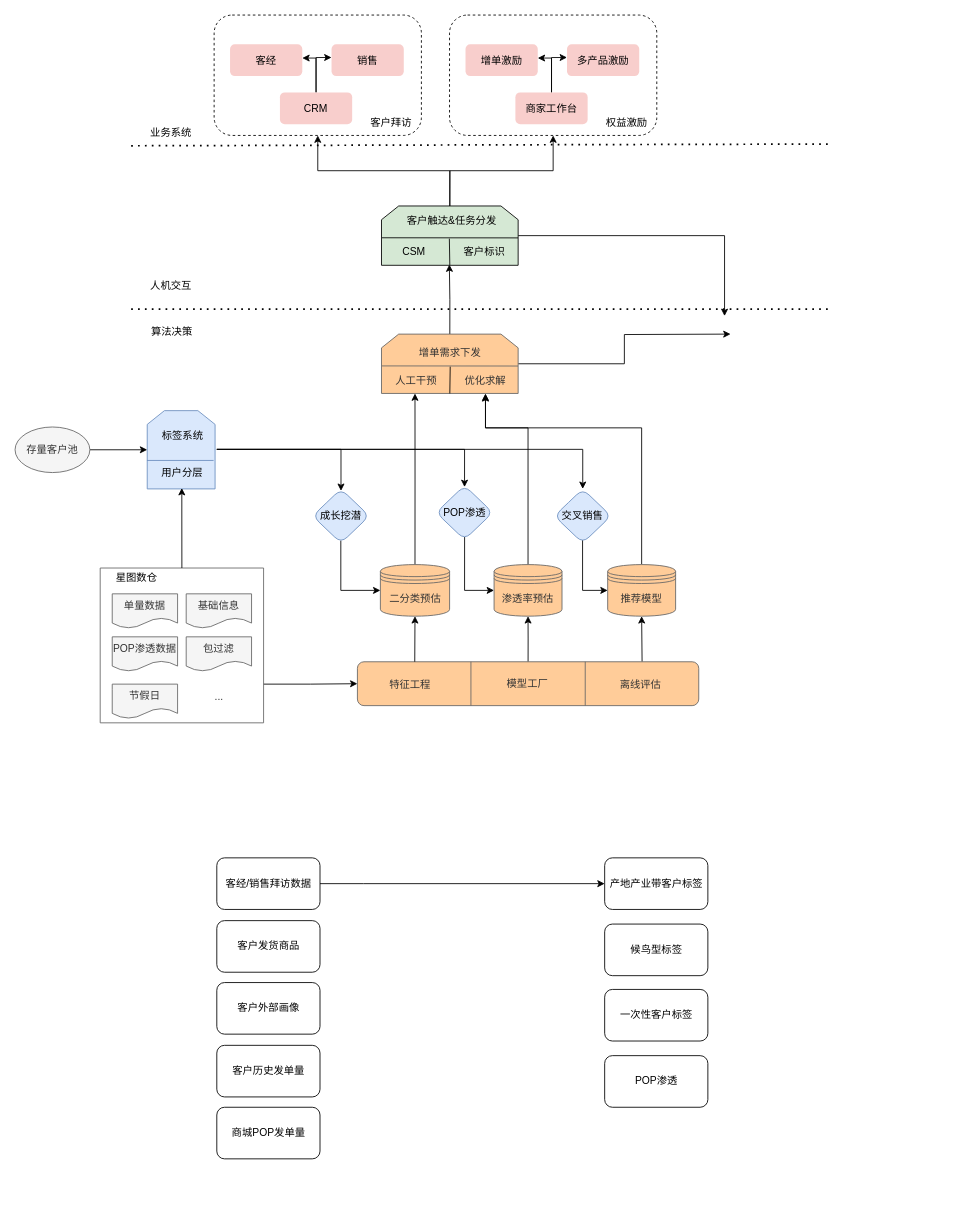
Above: 客户画像.drawio in JintaiYang/drawio (draw.io), before the change. Source tidied: cells renumbered, new cells numbered last; positions are measured from the earlier drawing's top-left corner, leaving out a move shared by most shapes. Both pictures are drawn from the tidied source at 86%, with x=0, y=0 at pixel (15, 15).
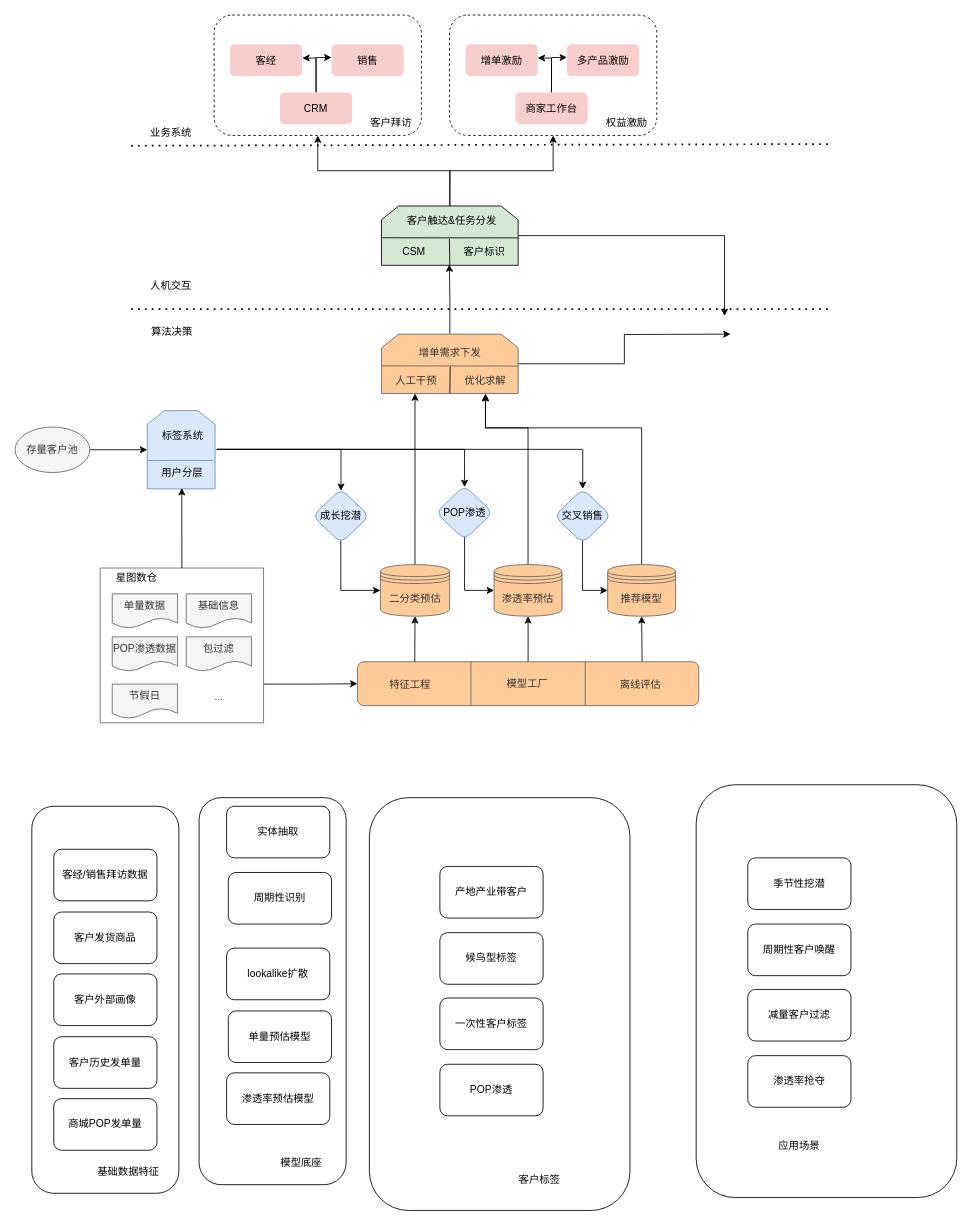
Above is the later version.

Commit message (it also covers changes not shown here):
更新客户画像.drawio

Diff of the diagram source:
```diff
@@
+    <mxCell id="85" style="rounded=1;whiteSpace=wrap;html=1;fillColor=none;" parent="1" vertex="1">
+      <mxGeometry x="214" y="910" width="171" height="450" as="geometry" />
+    </mxCell>
@@
-    <mxCell id="75" value="产地产业带客户标签" style="rounded=1;whiteSpace=wrap;html=1;" parent="1" vertex="1">
-      <mxGeometry x="685.6" y="980" width="120" height="60" as="geometry" />
+    <mxCell id="75" value="产地产业带客户" style="rounded=1;whiteSpace=wrap;html=1;" parent="1" vertex="1">
+      <mxGeometry x="494" y="990" width="120" height="60" as="geometry" />
     </mxCell>
     <mxCell id="76" value="一次性客户标签" style="rounded=1;whiteSpace=wrap;html=1;" parent="1" vertex="1">
-      <mxGeometry x="685.6" y="1133" width="120" height="60" as="geometry" />
+      <mxGeometry x="494" y="1143" width="120" height="60" as="geometry" />
     </mxCell>
     <mxCell id="77" value="候鸟型标签" style="rounded=1;whiteSpace=wrap;html=1;" parent="1" vertex="1">
-      <mxGeometry x="685.6" y="1057" width="120" height="60" as="geometry" />
+      <mxGeometry x="494" y="1067" width="120" height="60" as="geometry" />
     </mxCell>
     <mxCell id="78" value="POP渗透" style="rounded=1;whiteSpace=wrap;html=1;" parent="1" vertex="1">
-      <mxGeometry x="685.6" y="1210" width="120" height="60" as="geometry" />
+      <mxGeometry x="494" y="1220" width="120" height="60" as="geometry" />
     </mxCell>
-    <mxCell id="79" style="edgeStyle=orthogonalEdgeStyle;rounded=0;jettySize=auto;html=1;exitX=1;exitY=0.5;exitDx=0;exitDy=0;entryX=0;entryY=0.5;entryDx=0;entryDy=0;" parent="1" edge="1" source="80" target="75">
-      <mxGeometry relative="1" as="geometry">
-        <Array as="points">
-          <mxPoint x="405" y="1010" />
-          <mxPoint x="405" y="1010" />
-        </Array>
-      </mxGeometry>
-    </mxCell>
     <mxCell id="80" value="客经/销售拜访数据" style="rounded=1;whiteSpace=wrap;html=1;" parent="1" vertex="1">
-      <mxGeometry x="234.6" y="980" width="120" height="60" as="geometry" />
+      <mxGeometry x="45" y="970" width="120" height="60" as="geometry" />
     </mxCell>
     <mxCell id="81" value="商城POP发单量" style="rounded=1;whiteSpace=wrap;html=1;" parent="1" vertex="1">
-      <mxGeometry x="234.6" y="1270" width="120" height="60" as="geometry" />
+      <mxGeometry x="45" y="1260" width="120" height="60" as="geometry" />
     </mxCell>
     <mxCell id="82" value="客户发货商品" style="rounded=1;whiteSpace=wrap;html=1;" parent="1" vertex="1">
-      <mxGeometry x="234.6" y="1053" width="120" height="60" as="geometry" />
+      <mxGeometry x="45" y="1043" width="120" height="60" as="geometry" />
     </mxCell>
     <mxCell id="83" value="客户外部画像" style="rounded=1;whiteSpace=wrap;html=1;" parent="1" vertex="1">
-      <mxGeometry x="234.6" y="1125" width="120" height="60" as="geometry" />
+      <mxGeometry x="45" y="1115" width="120" height="60" as="geometry" />
     </mxCell>
     <mxCell id="84" value="客户历史发单量" style="rounded=1;whiteSpace=wrap;html=1;" parent="1" vertex="1">
-      <mxGeometry x="234.6" y="1198" width="120" height="60" as="geometry" />
+      <mxGeometry x="45" y="1188" width="120" height="60" as="geometry" />
     </mxCell>
+    <mxCell id="86" value="季节性挖潜" style="rounded=1;whiteSpace=wrap;html=1;" parent="1" vertex="1">
+      <mxGeometry x="852" y="980" width="120" height="60" as="geometry" />
+    </mxCell>
+    <mxCell id="87" value="减量客户过滤" style="rounded=1;whiteSpace=wrap;html=1;" parent="1" vertex="1">
+      <mxGeometry x="852" y="1133" width="120" height="60" as="geometry" />
+    </mxCell>
+    <mxCell id="88" value="周期性客户唤醒" style="rounded=1;whiteSpace=wrap;html=1;" parent="1" vertex="1">
+      <mxGeometry x="852" y="1057" width="120" height="60" as="geometry" />
+    </mxCell>
+    <mxCell id="89" value="渗透率抢夺" style="rounded=1;whiteSpace=wrap;html=1;" parent="1" vertex="1">
+      <mxGeometry x="852" y="1210" width="120" height="60" as="geometry" />
+    </mxCell>
+    <mxCell id="90" style="rounded=1;whiteSpace=wrap;html=1;fillColor=none;" parent="1" vertex="1">
+      <mxGeometry x="412" y="910" width="303" height="480" as="geometry" />
+    </mxCell>
+    <mxCell id="91" value="实体抽取" style="rounded=1;whiteSpace=wrap;html=1;" parent="1" vertex="1">
+      <mxGeometry x="246" y="920" width="120" height="60" as="geometry" />
+    </mxCell>
+    <mxCell id="92" value="lookalike扩散" style="rounded=1;whiteSpace=wrap;html=1;" parent="1" vertex="1">
+      <mxGeometry x="246" y="1085" width="120" height="60" as="geometry" />
+    </mxCell>
+    <mxCell id="93" value="单量预估模型" style="rounded=1;whiteSpace=wrap;html=1;" parent="1" vertex="1">
+      <mxGeometry x="248" y="1158" width="120" height="60" as="geometry" />
+    </mxCell>
+    <mxCell id="94" value="客户标签" style="text;html=1;strokeColor=none;fillColor=none;align=center;verticalAlign=middle;whiteSpace=wrap;rounded=0;" parent="1" vertex="1">
+      <mxGeometry x="565" y="1340" width="90" height="30" as="geometry" />
+    </mxCell>
+    <mxCell id="95" value="渗透率预估模型" style="rounded=1;whiteSpace=wrap;html=1;" parent="1" vertex="1">
+      <mxGeometry x="246" y="1230" width="120" height="60" as="geometry" />
+    </mxCell>
+    <mxCell id="96" value="模型底座" style="text;html=1;strokeColor=none;fillColor=none;align=center;verticalAlign=middle;whiteSpace=wrap;rounded=0;" parent="1" vertex="1">
+      <mxGeometry x="288" y="1320" width="90" height="30" as="geometry" />
+    </mxCell>
+    <mxCell id="97" style="rounded=1;whiteSpace=wrap;html=1;fillColor=none;" parent="1" vertex="1">
+      <mxGeometry x="19.5" y="920" width="171" height="450" as="geometry" />
+    </mxCell>
+    <mxCell id="98" value="基础数据特征" style="text;html=1;strokeColor=none;fillColor=none;align=center;verticalAlign=middle;whiteSpace=wrap;rounded=0;" parent="1" vertex="1">
+      <mxGeometry x="87" y="1330" width="90" height="30" as="geometry" />
+    </mxCell>
+    <mxCell id="99" style="rounded=1;whiteSpace=wrap;html=1;fillColor=none;" parent="1" vertex="1">
+      <mxGeometry x="792" y="895" width="303" height="480" as="geometry" />
+    </mxCell>
+    <mxCell id="100" value="应用场景" style="text;html=1;strokeColor=none;fillColor=none;align=center;verticalAlign=middle;whiteSpace=wrap;rounded=0;" parent="1" vertex="1">
+      <mxGeometry x="867" y="1300" width="90" height="30" as="geometry" />
+    </mxCell>
+    <mxCell id="101" value="周期性识别" style="rounded=1;whiteSpace=wrap;html=1;" parent="1" vertex="1">
+      <mxGeometry x="248" y="997" width="120" height="60" as="geometry" />
+    </mxCell>
```
